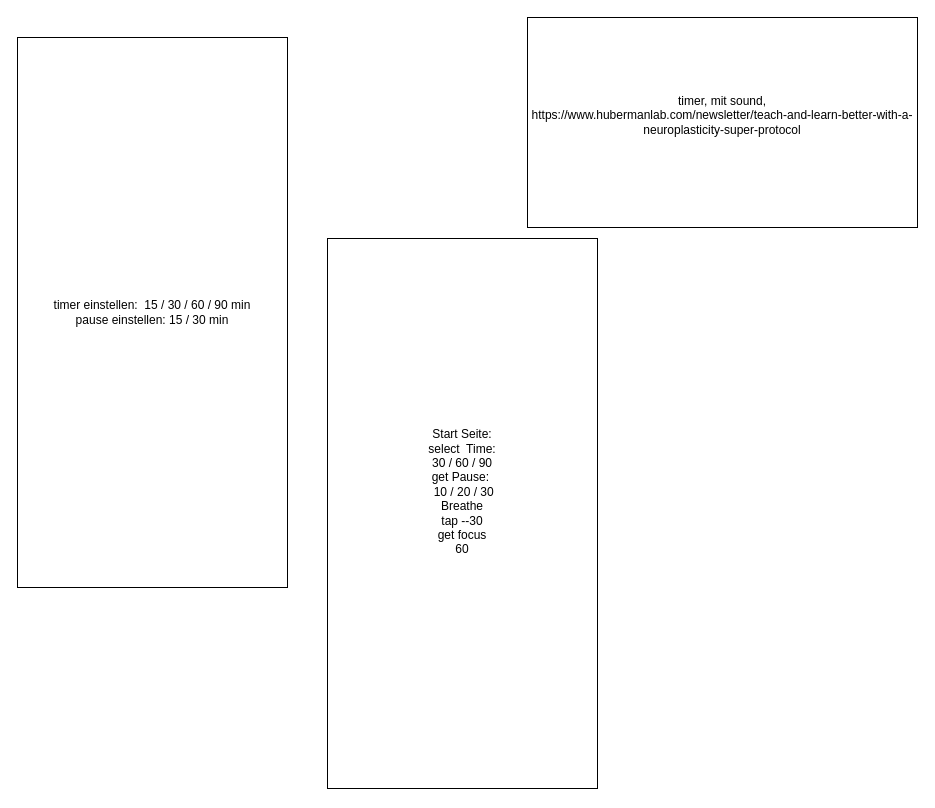
Above: glt.drawio in MBundel/glt-app (draw.io), before the change. Source tidied: cells renumbered, new cells numbered last; positions are measured from the earlier drawing's top-left corner, leaving out a move shared by most shapes. Both pictures are drawn from the tidied source at 100%, with x=0, y=0 at pixel (17, 17).
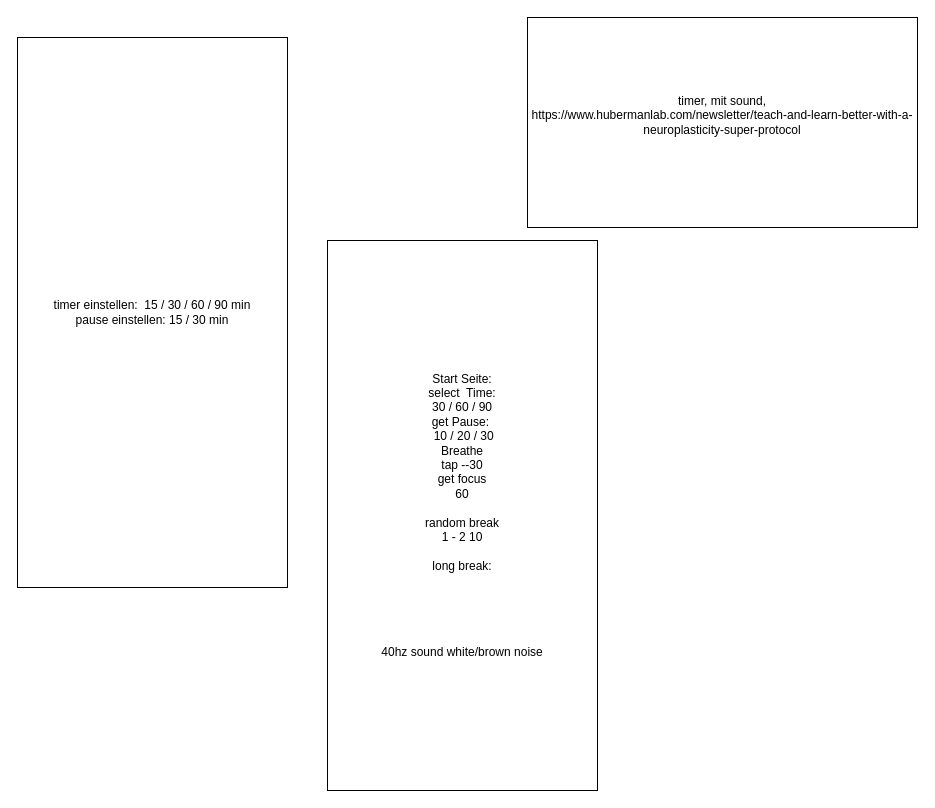
The same page after the edit.

The edit, as a diff of the source:
```diff
@@
 <mxGraphModel>
   <root>
     <mxCell id="0" />
     <mxCell id="1" parent="0" />
     <mxCell id="2" value="&lt;div&gt;timer einstellen:&amp;nbsp; 15 / 30 / 60 / 90 min&lt;/div&gt;&lt;div&gt;pause einstellen: 15 / 30 min&lt;br&gt;&lt;/div&gt;" style="rounded=0;whiteSpace=wrap;html=1;" parent="1" vertex="1">
       <mxGeometry y="20" width="270" height="550" as="geometry" />
     </mxCell>
     <mxCell id="3" value="&lt;div&gt;timer, mit sound, &lt;br&gt;&lt;/div&gt;&lt;div&gt;https://www.hubermanlab.com/newsletter/teach-and-learn-better-with-a-neuroplasticity-super-protocol&lt;/div&gt;&lt;div&gt;&lt;br&gt;&lt;/div&gt;" style="rounded=0;whiteSpace=wrap;html=1;" parent="1" vertex="1">
       <mxGeometry x="510" width="390" height="210" as="geometry" />
     </mxCell>
-    <mxCell id="4" value="&lt;div&gt;Start Seite:&lt;/div&gt;&lt;div&gt;select&amp;nbsp; Time:&lt;/div&gt;&lt;div&gt;30 / 60 / 90&lt;/div&gt;&lt;div&gt;get Pause:&amp;nbsp;&lt;/div&gt;&lt;div&gt;&amp;nbsp;10 / 20 / 30&lt;/div&gt;&lt;div&gt;Breathe &lt;br&gt;&lt;/div&gt;&lt;div&gt;tap --30&lt;/div&gt;&lt;div&gt;get focus&lt;/div&gt;&lt;div&gt;60 &lt;br&gt;&lt;/div&gt;&lt;div&gt;&lt;br&gt;&lt;/div&gt;&lt;div&gt;&lt;br&gt;&lt;/div&gt;&lt;div&gt;&lt;br&gt;&lt;/div&gt;" style="rounded=0;whiteSpace=wrap;html=1;" parent="1" vertex="1">
-      <mxGeometry x="310" y="221" width="270" height="550" as="geometry" />
+    <mxCell id="4" value="&lt;div&gt;Start Seite:&lt;/div&gt;&lt;div&gt;select&amp;nbsp; Time:&lt;/div&gt;&lt;div&gt;30 / 60 / 90&lt;/div&gt;&lt;div&gt;get Pause:&amp;nbsp;&lt;/div&gt;&lt;div&gt;&amp;nbsp;10 / 20 / 30&lt;/div&gt;&lt;div&gt;Breathe &lt;br&gt;&lt;/div&gt;&lt;div&gt;tap --30&lt;/div&gt;&lt;div&gt;get focus&lt;/div&gt;&lt;div&gt;60 &lt;br&gt;&lt;/div&gt;&lt;div&gt;&lt;br&gt;&lt;/div&gt;&lt;div&gt;random break &lt;br&gt;&lt;/div&gt;&lt;div&gt;1 - 2 10&lt;/div&gt;&lt;div&gt;&lt;br&gt;&lt;/div&gt;&lt;div&gt;long break:&lt;/div&gt;&lt;div&gt;&lt;br&gt;&lt;/div&gt;&lt;div&gt;&lt;br&gt;&lt;/div&gt;&lt;div&gt;&lt;br&gt;&lt;/div&gt;&lt;div&gt;&lt;br&gt;&lt;/div&gt;&lt;div&gt;&lt;br&gt;&lt;/div&gt;&lt;div&gt;40hz sound white/brown noise&lt;br&gt;&lt;/div&gt;" style="rounded=0;whiteSpace=wrap;html=1;" parent="1" vertex="1">
+      <mxGeometry x="310" y="223" width="270" height="550" as="geometry" />
     </mxCell>
   </root>
 </mxGraphModel>
```
